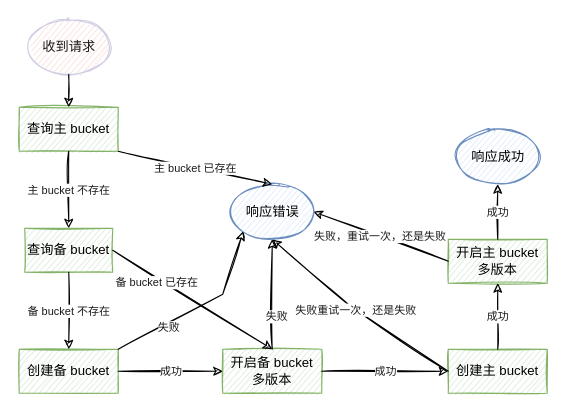
The draw.io diagram httpapi maz putbucket.drawio in jariver/draw.io, before the edit. Source tidied: cells renumbered, new cells numbered last; positions are measured from the earlier drawing's top-left corner, leaving out a move shared by most shapes. Both pictures are drawn from the tidied source at 110%, with x=0, y=0 at pixel (19, 19).
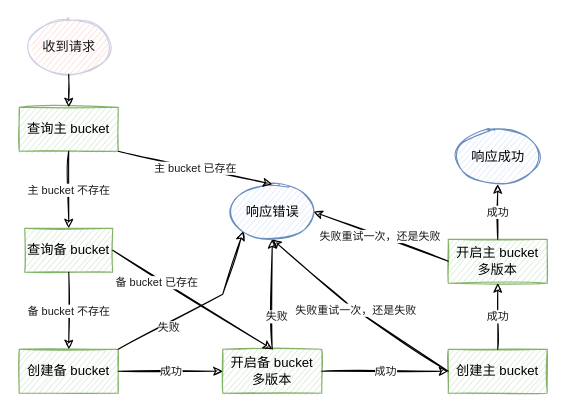
The same page after the edit.

The change refers to these unchanged cells:
```xml
<mxCell id="12" value="开启主 bucket 多版本" style="rounded=0;whiteSpace=wrap;html=1;sketch=1;fillColor=#d5e8d4;strokeColor=#82b366;jiggle=1;" parent="1" vertex="1">
  <mxGeometry x="390" y="200" width="90" height="40" as="geometry" />
</mxCell>
<mxCell id="17" value="响应错误" style="ellipse;whiteSpace=wrap;html=1;sketch=1;hachureGap=4;jiggle=1;curveFitting=1;fontFamily=Helvetica;fontSize=12;fillColor=#dae8fc;strokeColor=#6c8ebf;rounded=0;" parent="1" vertex="1">
  <mxGeometry x="192.5" y="150" width="75" height="50" as="geometry" />
</mxCell>
```

Diff of the diagram source:
```diff
@@
-    <mxCell id="14" value="&lt;font face=&quot;Helvetica&quot;&gt;失败，重试一次，还是失败&lt;/font&gt;" style="endArrow=classic;html=1;rounded=0;sketch=1;hachureGap=4;jiggle=1;fontFamily=Architects Daughter;fontSize=10;fontColor=#1A1A1A;jumpSize=6;exitX=0;exitY=0.5;exitDx=0;exitDy=0;entryX=1;entryY=0.5;entryDx=0;entryDy=0;" parent="1" edge="1" source="12" target="17">
+    <mxCell id="14" value="&lt;font face=&quot;Helvetica&quot;&gt;失败重试一次，还是失败&lt;/font&gt;" style="endArrow=classic;html=1;rounded=0;sketch=1;hachureGap=4;jiggle=1;fontFamily=Architects Daughter;fontSize=10;fontColor=#1A1A1A;jumpSize=6;exitX=0;exitY=0.5;exitDx=0;exitDy=0;entryX=1;entryY=0.5;entryDx=0;entryDy=0;" parent="1" edge="1" source="12" target="17">
       <mxGeometry x="0.01" relative="1" as="geometry" />
     </mxCell>
```
